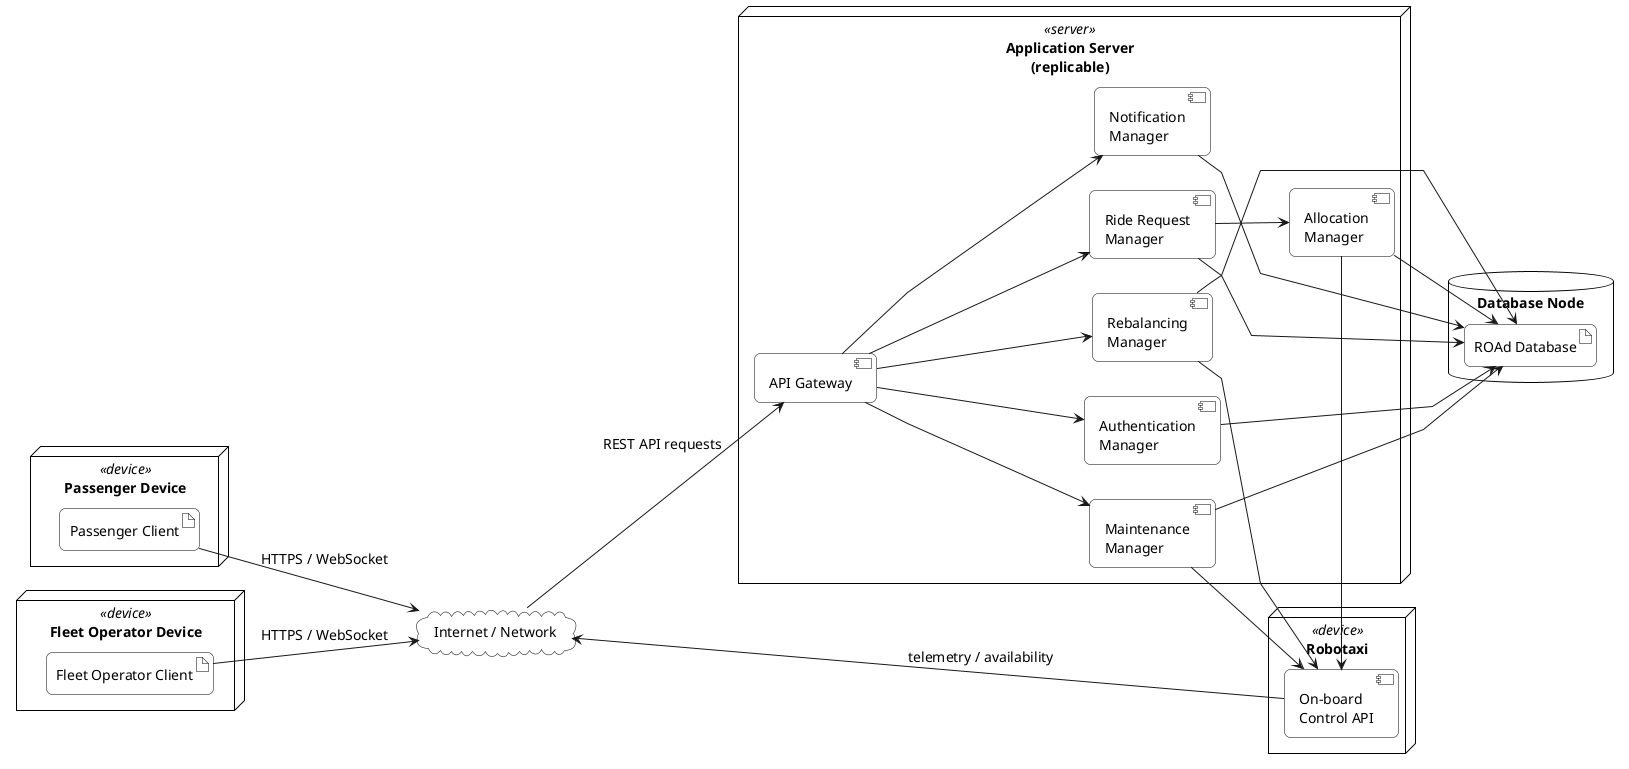
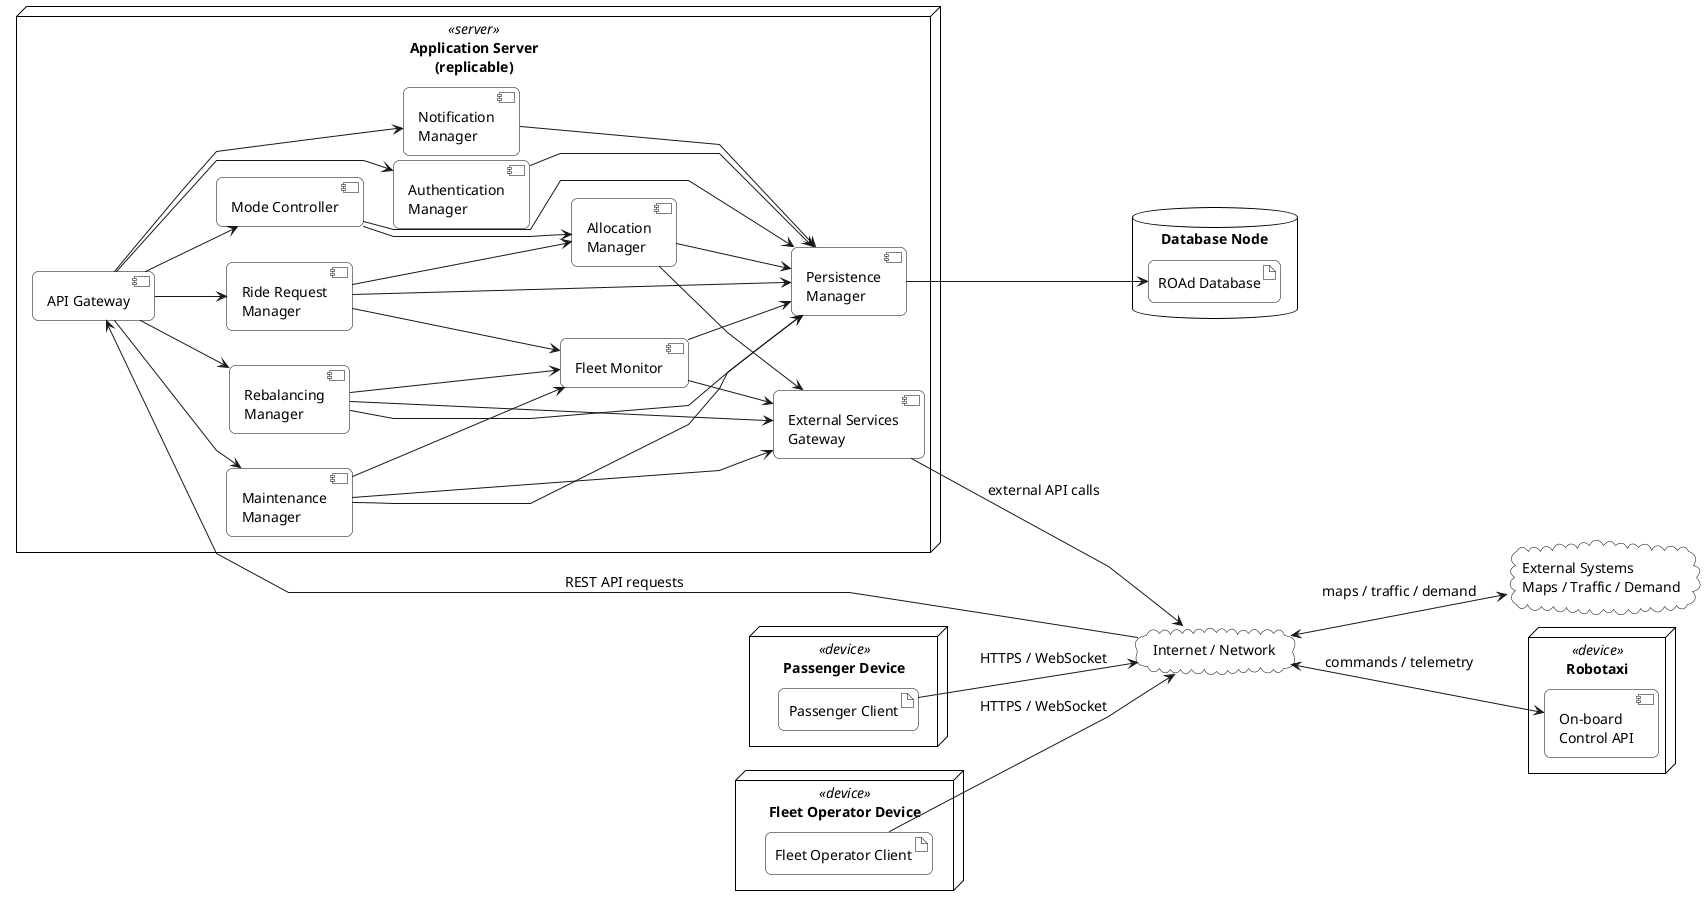
@startuml deployment

left to right direction

skinparam backgroundColor white
skinparam shadowing false
skinparam defaultFontName Arial
skinparam defaultFontSize 14
skinparam roundCorner 12
skinparam componentStyle uml2
skinparam linetype polyline

skinparam node {
    BackgroundColor white
    BorderColor black
    FontColor black
}

skinparam database {
    BackgroundColor white
    BorderColor black
    FontColor black
}

skinparam component {
    BackgroundColor white
    BorderColor black
    FontColor black
}

skinparam artifact {
    BackgroundColor white
    BorderColor black
    FontColor black
}

skinparam cloud {
    BackgroundColor white
    BorderColor black
    FontColor black
}

' =========================
' Client tier
' =========================

node "Passenger Device" <<device>> as PassengerDevice {
    artifact "Passenger Client" as PassengerClient
}

node "Fleet Operator Device" <<device>> as OperatorDevice {
    artifact "Fleet Operator Client" as OperatorClient
}

' =========================
' Network
' =========================

cloud "Internet / Network" as Network

' =========================
' Application tier
' =========================

node "Application Server\n(replicable)" <<server>> as AppServer {
    component "API Gateway" as APIGateway
    component "Authentication\nManager" as AuthManager
    component "Ride Request\nManager" as RideRequestManager
    component "Allocation\nManager" as AllocationManager
    component "Notification\nManager" as NotificationManager
    component "Maintenance\nManager" as MaintenanceManager
    component "Rebalancing\nManager" as RebalancingManager
+     component "Fleet Monitor" as FleetMonitor
+     component "Mode Controller" as ModeController
+     component "Persistence\nManager" as PersistenceManager
+     component "External Services\nGateway" as ExternalServicesGateway
}

' =========================
' Data tier
' =========================

database "Database Node" as DB {
    artifact "ROAd Database" as RoadDB
}

' =========================
' Robotaxi tier
' =========================

node "Robotaxi" <<device>> as Robotaxi {
    component "On-board\nControl API" as RobotaxiAPI
}

+ cloud "External Systems\nMaps / Traffic / Demand" as ExternalSystems
+ 
' =========================
' Connections
' =========================

PassengerClient --> Network : HTTPS / WebSocket
OperatorClient --> Network : HTTPS / WebSocket

Network --> APIGateway : REST API requests

APIGateway --> AuthManager
APIGateway --> RideRequestManager
APIGateway --> NotificationManager
APIGateway --> MaintenanceManager
APIGateway --> RebalancingManager
+ APIGateway --> ModeController

RideRequestManager --> AllocationManager
- AllocationManager --> RobotaxiAPI
- MaintenanceManager --> RobotaxiAPI
- RebalancingManager --> RobotaxiAPI
+ RideRequestManager --> FleetMonitor
+ ModeController --> AllocationManager
+ MaintenanceManager --> FleetMonitor
+ RebalancingManager --> FleetMonitor

- AuthManager --> RoadDB
- RideRequestManager --> RoadDB
- AllocationManager --> RoadDB
- NotificationManager --> RoadDB
- MaintenanceManager --> RoadDB
- RebalancingManager --> RoadDB
+ AllocationManager --> ExternalServicesGateway
+ MaintenanceManager --> ExternalServicesGateway
+ RebalancingManager --> ExternalServicesGateway
+ FleetMonitor --> ExternalServicesGateway

- RobotaxiAPI --> Network : telemetry / availability
+ AuthManager --> PersistenceManager
+ RideRequestManager --> PersistenceManager
+ AllocationManager --> PersistenceManager
+ NotificationManager --> PersistenceManager
+ MaintenanceManager --> PersistenceManager
+ RebalancingManager --> PersistenceManager
+ FleetMonitor --> PersistenceManager
+ ModeController --> PersistenceManager
+ PersistenceManager --> RoadDB

- @enduml+ ExternalServicesGateway --> Network : external API calls
+ Network <--> RobotaxiAPI : commands / telemetry
+ Network <--> ExternalSystems : maps / traffic / demand
+ 
+ @enduml
